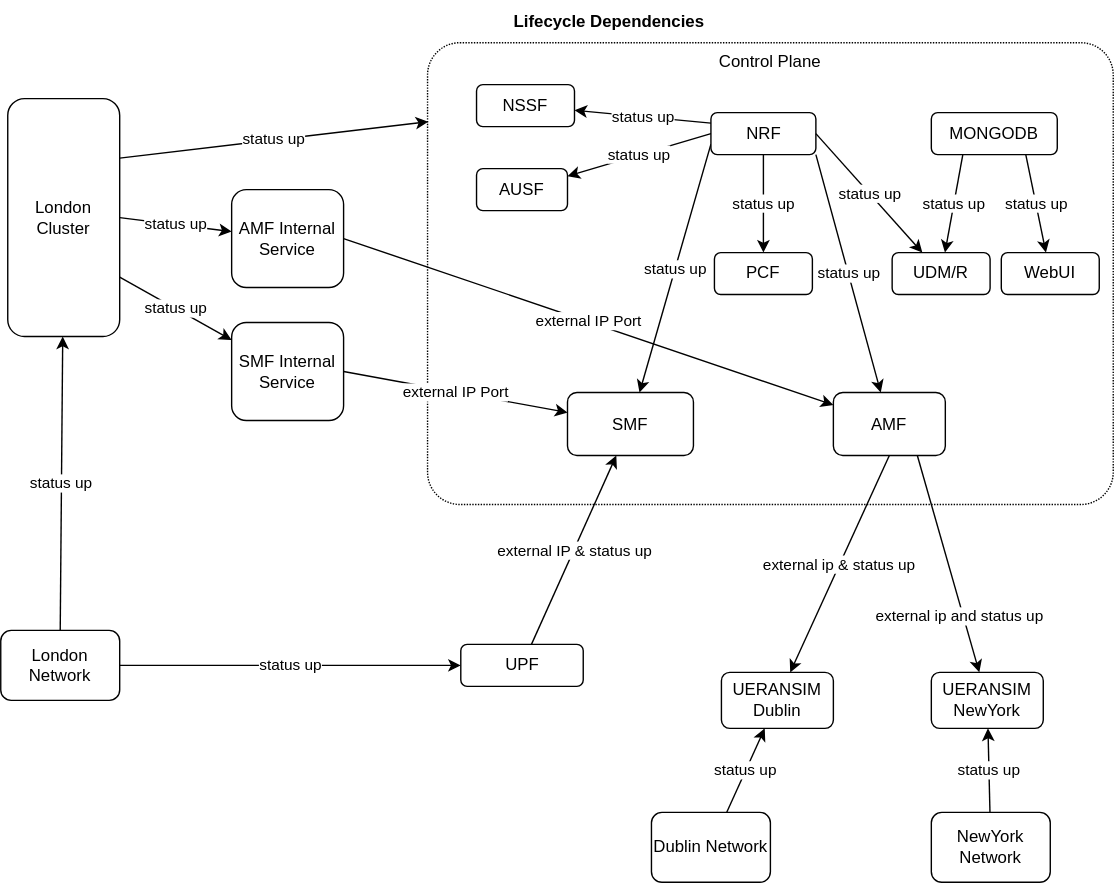
Earlier version of the draw.io export drawings/lifecycle/free5gc-sequence.drawio.svg (LeegenSteven/NetworkAgent-dev). Source tidied: cells renumbered, new cells last; positions are measured from the earlier drawing's top-left corner, leaving out a move shared by most shapes.
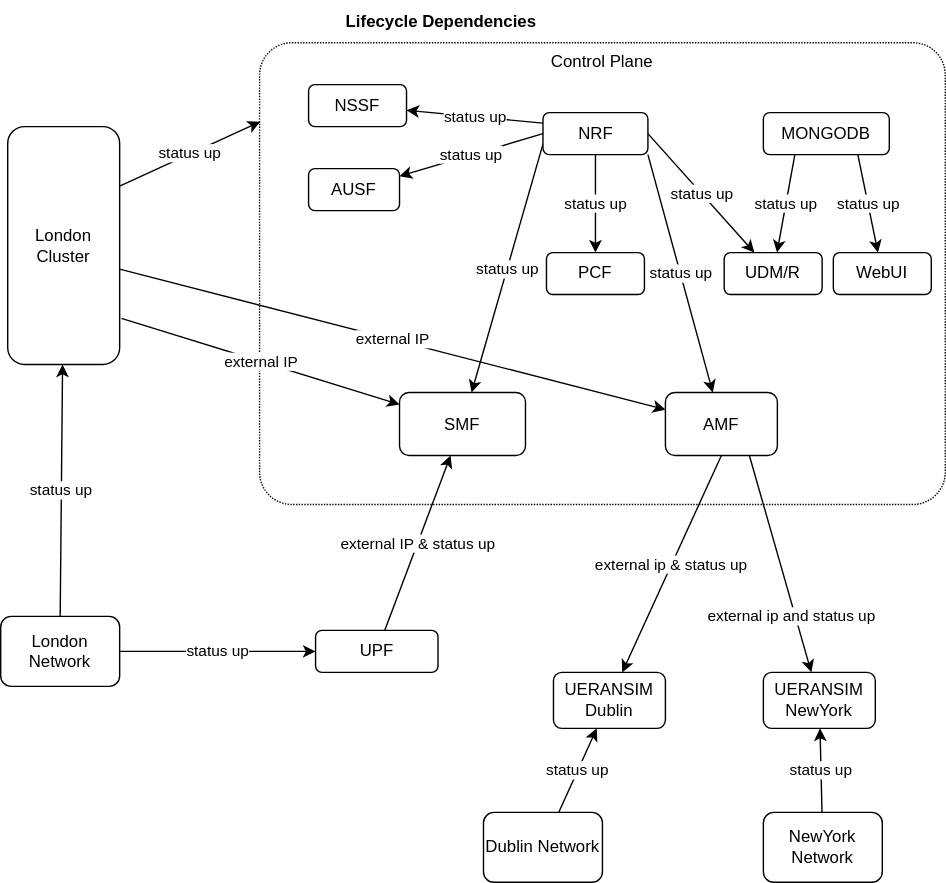
After the commit.

The edit, as a diff of the source:
```diff
@@ -6,7 +6,7 @@
       <mxGeometry relative="1" as="geometry" />
     </mxCell>
     <mxCell id="3" value="London Cluster" style="rounded=1;whiteSpace=wrap;html=1;" parent="1" vertex="1">
-      <mxGeometry x="5" y="70" width="80" height="170" as="geometry" />
+      <mxGeometry x="125" y="90" width="80" height="170" as="geometry" />
     </mxCell>
     <mxCell id="4" value="status up" style="edgeStyle=none;html=1;entryX=1;entryY=0.25;entryDx=0;entryDy=0;endArrow=none;endFill=0;exitX=0.001;exitY=0.171;exitDx=0;exitDy=0;exitPerimeter=0;startArrow=classic;startFill=1;" parent="1" edge="1" source="5" target="3">
       <mxGeometry relative="1" as="geometry" />
@@ -18,12 +18,12 @@
       <mxGeometry relative="1" as="geometry" />
     </mxCell>
     <mxCell id="7" value="UPF&lt;br&gt;" style="rounded=1;whiteSpace=wrap;html=1;verticalAlign=middle;" parent="1" vertex="1">
-      <mxGeometry x="328.8" y="460" width="87.5" height="30" as="geometry" />
+      <mxGeometry x="345" y="450" width="87.5" height="30" as="geometry" />
     </mxCell>
     <mxCell id="8" value="external IP &amp;amp; status up" style="edgeStyle=none;html=1;startArrow=classic;startFill=1;endArrow=none;endFill=0;" parent="1" edge="1" source="11" target="7">
       <mxGeometry relative="1" as="geometry" />
     </mxCell>
-    <mxCell id="9" value="external IP Port" style="edgeStyle=none;html=1;entryX=1;entryY=0.5;entryDx=0;entryDy=0;startArrow=classic;startFill=1;endArrow=none;endFill=0;" parent="1" edge="1" source="11" target="29">
+    <mxCell id="9" value="external IP" style="edgeStyle=none;html=1;entryX=1.016;entryY=0.806;entryDx=0;entryDy=0;startArrow=classic;startFill=1;endArrow=none;endFill=0;entryPerimeter=0;" parent="1" edge="1" source="11" target="3">
       <mxGeometry relative="1" as="geometry" />
     </mxCell>
     <mxCell id="10" value="status up" style="edgeStyle=none;html=1;entryX=0;entryY=0.75;entryDx=0;entryDy=0;endArrow=none;endFill=0;startArrow=classic;startFill=1;" parent="1" edge="1" source="11" target="18">
@@ -32,7 +32,7 @@
     <mxCell id="11" value="SMF" style="rounded=1;whiteSpace=wrap;html=1;verticalAlign=middle;" parent="1" vertex="1">
       <mxGeometry x="405" y="280" width="90" height="45" as="geometry" />
     </mxCell>
-    <mxCell id="12" value="external IP Port" style="edgeStyle=none;html=1;entryX=1;entryY=0.5;entryDx=0;entryDy=0;startArrow=classic;startFill=1;endArrow=none;endFill=0;" parent="1" edge="1" source="14" target="31">
+    <mxCell id="12" value="external IP" style="edgeStyle=none;html=1;entryX=1;entryY=0.599;entryDx=0;entryDy=0;startArrow=classic;startFill=1;endArrow=none;endFill=0;entryPerimeter=0;" parent="1" edge="1" source="14" target="3">
       <mxGeometry relative="1" as="geometry" />
     </mxCell>
     <mxCell id="13" value="status up" style="edgeStyle=none;html=1;endArrow=none;endFill=0;entryX=1;entryY=1;entryDx=0;entryDy=0;startArrow=classic;startFill=1;" parent="1" edge="1" source="14" target="18">
@@ -84,18 +84,6 @@
     <mxCell id="27" value="Lifecycle Dependencies" style="text;html=1;strokeColor=none;fillColor=none;align=center;verticalAlign=middle;whiteSpace=wrap;rounded=0;fontStyle=1;" parent="1" vertex="1">
       <mxGeometry x="295" width="280" height="30" as="geometry" />
     </mxCell>
-    <mxCell id="28" value="status up" style="edgeStyle=none;html=1;entryX=1;entryY=0.75;entryDx=0;entryDy=0;startArrow=classic;startFill=1;endArrow=none;endFill=0;" parent="1" edge="1" source="29" target="3">
-      <mxGeometry relative="1" as="geometry" />
-    </mxCell>
-    <mxCell id="29" value="SMF Internal Service" style="rounded=1;whiteSpace=wrap;html=1;" parent="1" vertex="1">
-      <mxGeometry x="165" y="230" width="80" height="70" as="geometry" />
-    </mxCell>
-    <mxCell id="30" value="status up" style="edgeStyle=none;html=1;entryX=1;entryY=0.5;entryDx=0;entryDy=0;startArrow=classic;startFill=1;endArrow=none;endFill=0;" parent="1" edge="1" source="31" target="3">
-      <mxGeometry relative="1" as="geometry" />
-    </mxCell>
-    <mxCell id="31" value="AMF Internal Service" style="rounded=1;whiteSpace=wrap;html=1;" parent="1" vertex="1">
-      <mxGeometry x="165" y="135" width="80" height="70" as="geometry" />
-    </mxCell>
     <mxCell id="32" value="status up" style="edgeStyle=none;html=1;entryX=0;entryY=0.25;entryDx=0;entryDy=0;endArrow=none;endFill=0;startArrow=classic;startFill=1;" parent="1" edge="1" source="33" target="18">
       <mxGeometry relative="1" as="geometry" />
     </mxCell>
@@ -112,7 +100,7 @@
       <mxGeometry x="465" y="580" width="85" height="50" as="geometry" />
     </mxCell>
     <mxCell id="37" value="London Network" style="rounded=1;whiteSpace=wrap;html=1;verticalAlign=middle;" parent="1" vertex="1">
-      <mxGeometry y="450" width="85" height="50" as="geometry" />
+      <mxGeometry x="120" y="440" width="85" height="50" as="geometry" />
     </mxCell>
     <mxCell id="38" value="status up" style="edgeStyle=none;html=1;startArrow=classic;startFill=1;endArrow=none;endFill=0;" parent="1" edge="1" source="40" target="41">
       <mxGeometry relative="1" as="geometry" />
```
